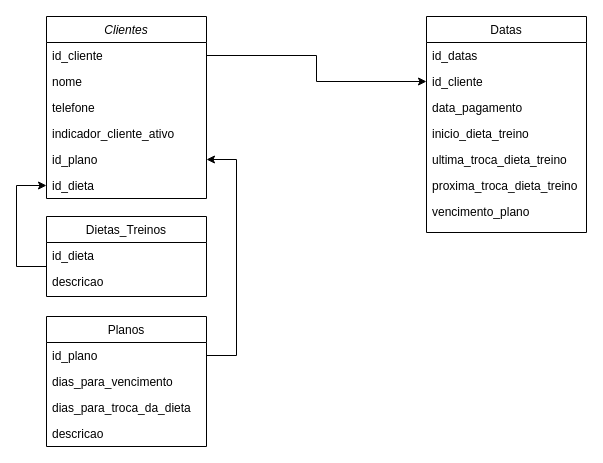
This is draws/db.drawio from gbuenor73/monkey-consult, a draw.io file, before an edit. Source tidied: cells renumbered, new cells numbered last; positions are measured from the earlier drawing's top-left corner, leaving out a move shared by most shapes. Both pictures are drawn from the tidied source at 100%, with x=0, y=0 at pixel (16, 16).
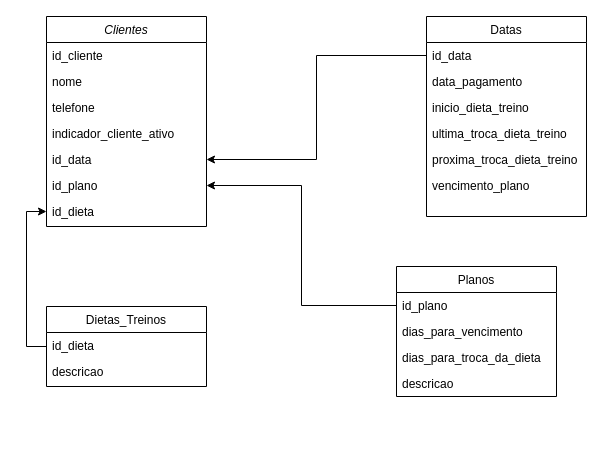
The same diagram, later.

The change refers to these unchanged cells:
```xml
<mxCell id="3" value="id_cliente" style="text;align=left;verticalAlign=top;spacingLeft=4;spacingRight=4;overflow=hidden;points=[[0,0.5],[1,0.5]];portConstraint=eastwest;" parent="2" vertex="1">
  <mxGeometry y="26" width="160" height="26" as="geometry" />
</mxCell>
<mxCell id="15" value="id_plano" style="text;align=left;verticalAlign=top;spacingLeft=4;spacingRight=4;overflow=hidden;points=[[0,0.5],[1,0.5]];portConstraint=eastwest;" parent="14" vertex="1">
  <mxGeometry y="26" width="160" height="26" as="geometry" />
</mxCell>
```

What changed in the source:
```diff
@@
     <mxCell id="2" value="Clientes" style="swimlane;fontStyle=2;align=center;verticalAlign=top;horizontal=1;startSize=26;rounded=0;shadow=0;strokeWidth=1;" parent="1" vertex="1">
-      <mxGeometry x="30" width="160" height="182" as="geometry" />
+      <mxGeometry x="30" width="160" height="210" as="geometry" />
     </mxCell>
@@
+    <mxCell id="28" value="id_data" style="text;align=left;verticalAlign=top;spacingLeft=4;spacingRight=4;overflow=hidden;points=[[0,0.5],[1,0.5]];portConstraint=eastwest;rounded=0;shadow=0;html=0;" parent="2" vertex="1">
+      <mxGeometry y="130" width="160" height="26" as="geometry" />
+    </mxCell>
     <mxCell id="7" value="id_plano" style="text;align=left;verticalAlign=top;spacingLeft=4;spacingRight=4;overflow=hidden;points=[[0,0.5],[1,0.5]];portConstraint=eastwest;rounded=0;shadow=0;html=0;" parent="2" vertex="1">
-      <mxGeometry y="130" width="160" height="26" as="geometry" />
+      <mxGeometry y="156" width="160" height="26" as="geometry" />
     </mxCell>
     <mxCell id="8" value="id_dieta" style="text;align=left;verticalAlign=top;spacingLeft=4;spacingRight=4;overflow=hidden;points=[[0,0.5],[1,0.5]];portConstraint=eastwest;rounded=0;shadow=0;html=0;" parent="2" vertex="1">
-      <mxGeometry y="156" width="160" height="26" as="geometry" />
+      <mxGeometry y="182" width="160" height="26" as="geometry" />
     </mxCell>
     <mxCell id="9" style="edgeStyle=orthogonalEdgeStyle;rounded=0;jettySize=auto;html=1;entryX=0;entryY=0.5;entryDx=0;entryDy=0;" parent="1" edge="1" source="10" target="8">
       <mxGeometry relative="1" as="geometry">
         <Array as="points">
-          <mxPoint y="250" />
-          <mxPoint y="169" />
+          <mxPoint x="10" y="330" />
+          <mxPoint x="10" y="195" />
         </Array>
       </mxGeometry>
     </mxCell>
     <mxCell id="10" value="Dietas_Treinos" style="swimlane;fontStyle=0;align=center;verticalAlign=top;horizontal=1;startSize=26;rounded=0;shadow=0;strokeWidth=1;" parent="1" vertex="1">
-      <mxGeometry x="30" y="200" width="160" height="80" as="geometry" />
+      <mxGeometry x="30" y="290" width="160" height="80" as="geometry" />
     </mxCell>
@@
-    <mxCell id="13" style="edgeStyle=orthogonalEdgeStyle;rounded=0;jettySize=auto;html=1;entryX=1;entryY=0.5;entryDx=0;entryDy=0;exitX=1;exitY=0.5;exitDx=0;exitDy=0;" parent="1" edge="1" source="15" target="7">
-      <mxGeometry relative="1" as="geometry">
-        <Array as="points">
-          <mxPoint x="220" y="339" />
-          <mxPoint x="220" y="143" />
-        </Array>
-      </mxGeometry>
+    <mxCell id="13" style="edgeStyle=orthogonalEdgeStyle;rounded=0;jettySize=auto;html=1;entryX=1;entryY=0.5;entryDx=0;entryDy=0;" parent="1" edge="1" source="15" target="7">
+      <mxGeometry relative="1" as="geometry" />
     </mxCell>
     <mxCell id="14" value="Planos" style="swimlane;fontStyle=0;align=center;verticalAlign=top;horizontal=1;startSize=26;rounded=0;shadow=0;strokeWidth=1;" parent="1" vertex="1">
-      <mxGeometry x="30" y="300" width="160" height="130" as="geometry" />
+      <mxGeometry x="380" y="250" width="160" height="130" as="geometry" />
     </mxCell>
@@
-    <mxCell id="19" style="edgeStyle=orthogonalEdgeStyle;rounded=0;jettySize=auto;html=1;entryX=0;entryY=0.5;entryDx=0;entryDy=0;exitX=1;exitY=0.5;exitDx=0;exitDy=0;" parent="1" edge="1" source="3" target="22">
-      <mxGeometry relative="1" as="geometry" />
-    </mxCell>
     <mxCell id="20" value="Datas" style="swimlane;fontStyle=0;align=center;verticalAlign=top;horizontal=1;startSize=26;rounded=0;shadow=0;strokeWidth=1;" parent="1" vertex="1">
-      <mxGeometry x="410" width="160" height="216" as="geometry" />
+      <mxGeometry x="410" width="160" height="200" as="geometry" />
     </mxCell>
-    <mxCell id="21" value="id_datas" style="text;align=left;verticalAlign=top;spacingLeft=4;spacingRight=4;overflow=hidden;points=[[0,0.5],[1,0.5]];portConstraint=eastwest;" parent="20" vertex="1">
+    <mxCell id="21" value="id_data" style="text;align=left;verticalAlign=top;spacingLeft=4;spacingRight=4;overflow=hidden;points=[[0,0.5],[1,0.5]];portConstraint=eastwest;" parent="20" vertex="1">
       <mxGeometry y="26" width="160" height="26" as="geometry" />
     </mxCell>
-    <mxCell id="22" value="id_cliente" style="text;align=left;verticalAlign=top;spacingLeft=4;spacingRight=4;overflow=hidden;points=[[0,0.5],[1,0.5]];portConstraint=eastwest;rounded=0;shadow=0;html=0;" parent="20" vertex="1">
-      <mxGeometry y="52" width="160" height="26" as="geometry" />
-    </mxCell>
     <mxCell id="23" value="data_pagamento" style="text;align=left;verticalAlign=top;spacingLeft=4;spacingRight=4;overflow=hidden;rounded=0;shadow=0;html=0;" parent="20" vertex="1">
-      <mxGeometry y="78" width="160" height="26" as="geometry" />
+      <mxGeometry y="52" width="160" height="26" as="geometry" />
     </mxCell>
     <mxCell id="24" value="inicio_dieta_treino" style="text;align=left;verticalAlign=top;spacingLeft=4;spacingRight=4;overflow=hidden;rounded=0;shadow=0;html=0;" parent="20" vertex="1">
-      <mxGeometry y="104" width="160" height="26" as="geometry" />
+      <mxGeometry y="78" width="160" height="26" as="geometry" />
     </mxCell>
     <mxCell id="25" value="ultima_troca_dieta_treino" style="text;align=left;verticalAlign=top;spacingLeft=4;spacingRight=4;overflow=hidden;rounded=0;shadow=0;html=0;" parent="20" vertex="1">
-      <mxGeometry y="130" width="160" height="26" as="geometry" />
+      <mxGeometry y="104" width="160" height="26" as="geometry" />
     </mxCell>
     <mxCell id="26" value="proxima_troca_dieta_treino" style="text;align=left;verticalAlign=top;spacingLeft=4;spacingRight=4;overflow=hidden;" parent="20" vertex="1">
-      <mxGeometry y="156" width="160" height="26" as="geometry" />
+      <mxGeometry y="130" width="160" height="26" as="geometry" />
     </mxCell>
     <mxCell id="27" value="vencimento_plano" style="text;align=left;verticalAlign=top;spacingLeft=4;spacingRight=4;overflow=hidden;" parent="20" vertex="1">
-      <mxGeometry y="182" width="160" height="26" as="geometry" />
+      <mxGeometry y="156" width="160" height="26" as="geometry" />
     </mxCell>
+    <mxCell id="19" style="edgeStyle=orthogonalEdgeStyle;rounded=0;jettySize=auto;html=1;" parent="1" edge="1" source="21" target="28">
+      <mxGeometry relative="1" as="geometry" />
+    </mxCell>
```
